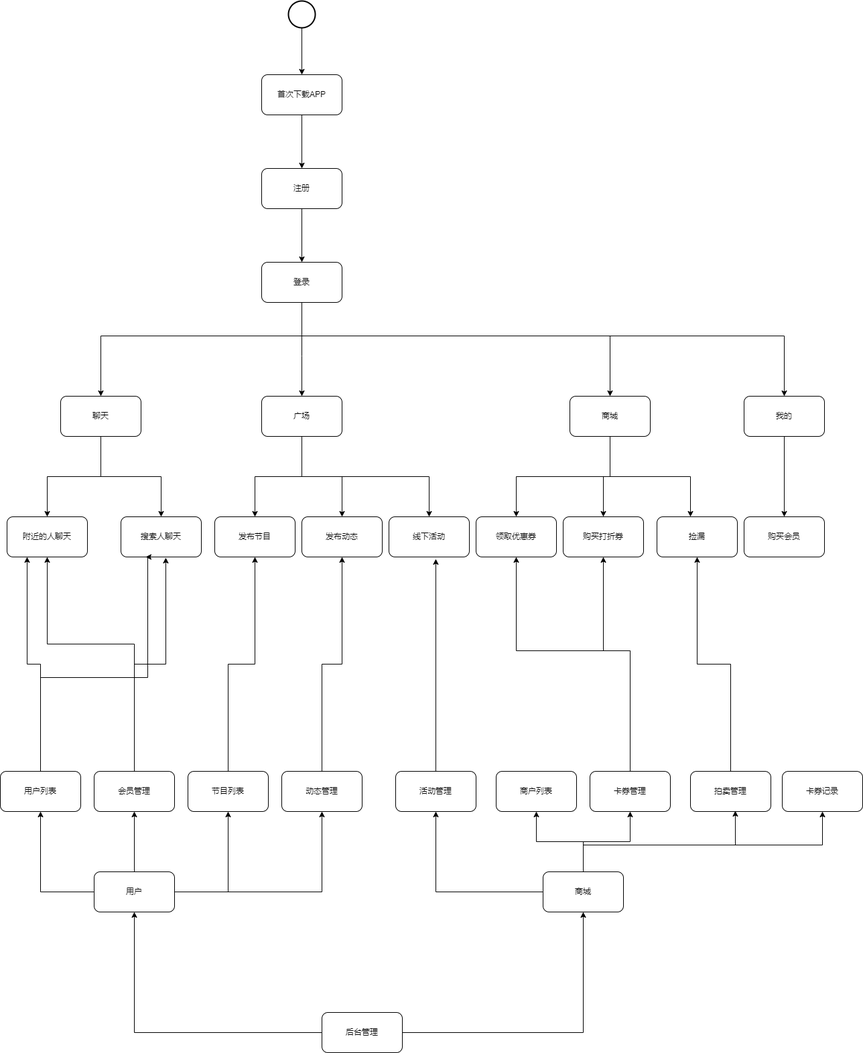
This is Untitled Diagram.drawio.png from suibianlx/business_architect, a draw.io export, as it was before one commit. Source tidied: cells renumbered, new cells last; positions are measured from the earlier drawing's top-left corner, leaving out a move shared by most shapes.
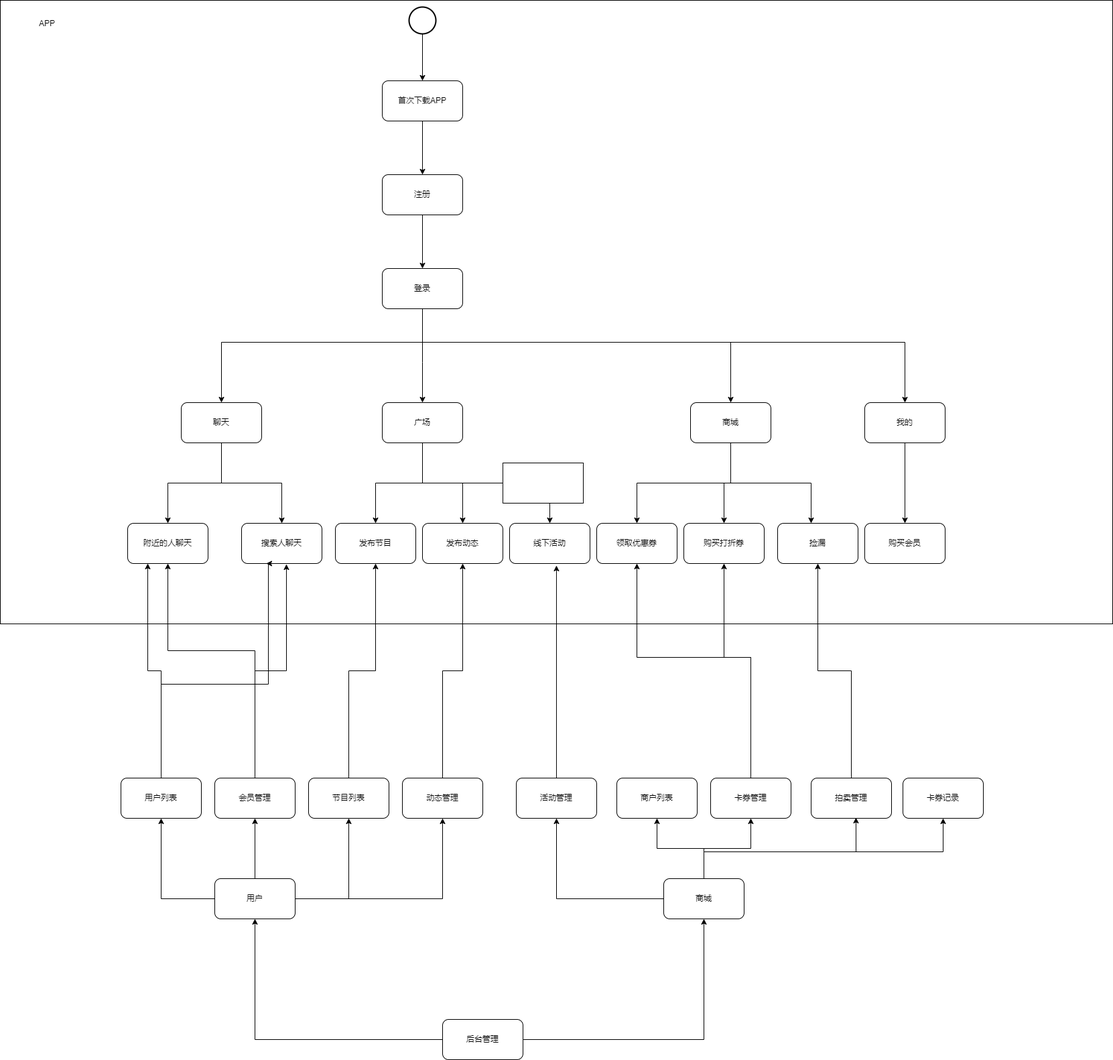
After the change.

Change to the diagram source:
```diff
@@ -2,6 +2,9 @@
   <root>
     <mxCell id="0" />
     <mxCell id="1" parent="0" />
+    <mxCell id="68" style="rounded=0;whiteSpace=wrap;html=1;" parent="1" vertex="1">
+      <mxGeometry x="-180" y="-10" width="1660" height="930" as="geometry" />
+    </mxCell>
     <mxCell id="2" style="edgeStyle=orthogonalEdgeStyle;rounded=0;jettySize=auto;html=1;" parent="1" edge="1" source="3" target="5">
       <mxGeometry relative="1" as="geometry" />
     </mxCell>
@@ -271,5 +274,11 @@
     <mxCell id="67" value="会员管理" style="rounded=1;whiteSpace=wrap;html=1;" parent="1" vertex="1">
       <mxGeometry x="140" y="1150" width="120" height="60" as="geometry" />
     </mxCell>
+    <mxCell id="69" style="rounded=0;whiteSpace=wrap;html=1;" parent="1" vertex="1">
+      <mxGeometry x="570" y="680" width="120" height="60" as="geometry" />
+    </mxCell>
+    <mxCell id="70" value="APP" style="text;html=1;strokeColor=none;fillColor=none;align=center;verticalAlign=middle;whiteSpace=wrap;rounded=0;" parent="1" vertex="1">
+      <mxGeometry x="-140" y="10" width="60" height="30" as="geometry" />
+    </mxCell>
   </root>
 </mxGraphModel>
```
